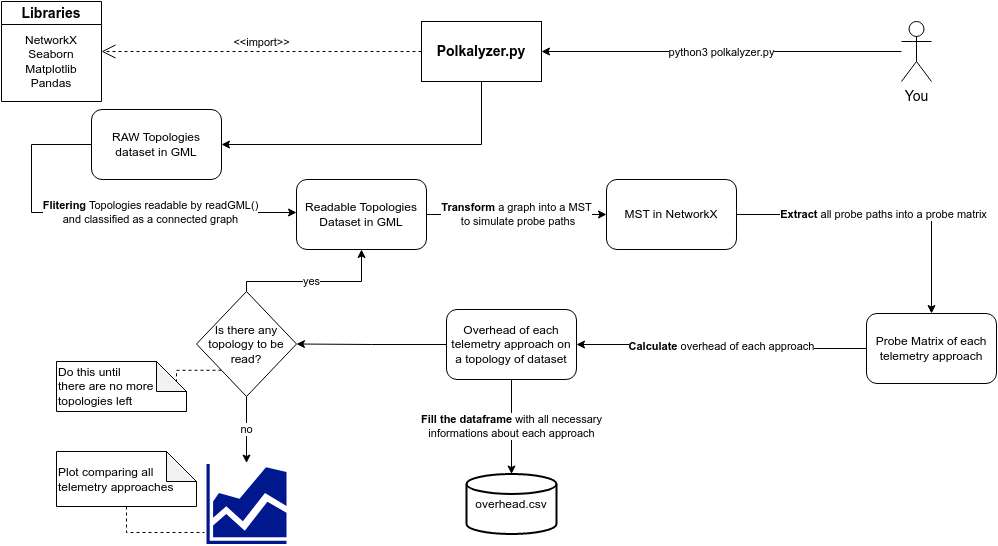
The draw.io diagram scalability/imgs/PolkalyzerBehavior.png in nerds-ufes/Polkalyzer, before a commit. Source tidied: cells renumbered, new cells last; positions are measured from the earlier drawing's top-left corner, leaving out a move shared by most shapes.
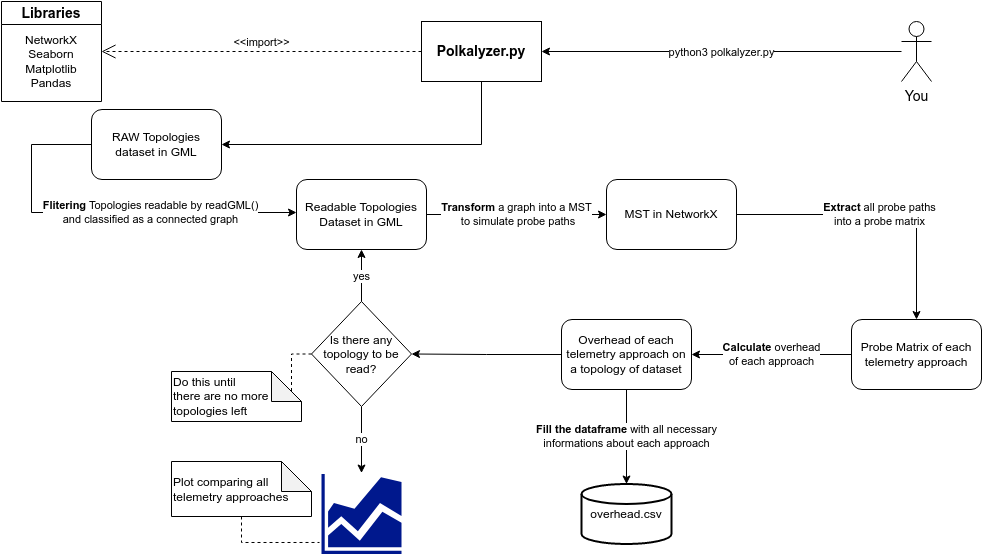
The same file after the commit.

Change to the diagram source:
```diff
@@ -20,17 +20,17 @@
     <mxCell id="5" value="Readable Topologies Dataset in GML" style="rounded=1;whiteSpace=wrap;html=1;" parent="1" vertex="1">
       <mxGeometry x="295" y="178" width="130" height="70" as="geometry" />
     </mxCell>
-    <mxCell id="6" value="&lt;b&gt;Extract&lt;/b&gt; all probe paths into a probe matrix" style="edgeStyle=orthogonalEdgeStyle;rounded=0;jettySize=auto;html=1;exitX=1;exitY=0.5;exitDx=0;exitDy=0;" parent="1" edge="1" source="7" target="9">
+    <mxCell id="6" value="&lt;b&gt;Extract&lt;/b&gt; all probe paths&lt;br&gt;into a probe matrix" style="edgeStyle=orthogonalEdgeStyle;rounded=0;jettySize=auto;html=1;exitX=1;exitY=0.5;exitDx=0;exitDy=0;" parent="1" edge="1" source="7" target="9">
       <mxGeometry relative="1" as="geometry" />
     </mxCell>
     <mxCell id="7" value="MST in NetworkX" style="rounded=1;whiteSpace=wrap;html=1;" parent="1" vertex="1">
       <mxGeometry x="605" y="178" width="130" height="70" as="geometry" />
     </mxCell>
-    <mxCell id="8" value="&lt;b&gt;Calculate&lt;/b&gt; overhead of each approach" style="edgeStyle=orthogonalEdgeStyle;rounded=0;jettySize=auto;html=1;" parent="1" edge="1" source="9" target="12">
+    <mxCell id="8" value="&lt;b&gt;Calculate&lt;/b&gt; overhead&lt;br&gt;of each approach" style="edgeStyle=orthogonalEdgeStyle;rounded=0;jettySize=auto;html=1;" parent="1" edge="1" source="9" target="12">
       <mxGeometry relative="1" as="geometry" />
     </mxCell>
     <mxCell id="9" value="Probe Matrix of each telemetry approach" style="rounded=1;whiteSpace=wrap;html=1;" parent="1" vertex="1">
-      <mxGeometry x="865" y="312" width="130" height="70" as="geometry" />
+      <mxGeometry x="850" y="318" width="130" height="70" as="geometry" />
     </mxCell>
     <mxCell id="10" value="&lt;b&gt;Fill the dataframe&lt;/b&gt; with all necessary&lt;br&gt;informations about each approach" style="edgeStyle=none;rounded=0;jettySize=auto;html=1;exitX=0.5;exitY=1;exitDx=0;exitDy=0;startArrow=none;startFill=0;endArrow=classic;endFill=1;entryX=0.5;entryY=0;entryDx=0;entryDy=0;entryPerimeter=0;" parent="1" edge="1" source="12" target="16">
       <mxGeometry relative="1" as="geometry" />
@@ -39,28 +39,28 @@
       <mxGeometry relative="1" as="geometry" />
     </mxCell>
     <mxCell id="12" value="Overhead of each telemetry approach on a topology of dataset" style="rounded=1;whiteSpace=wrap;html=1;" parent="1" vertex="1">
-      <mxGeometry x="445" y="308" width="130" height="70" as="geometry" />
+      <mxGeometry x="560" y="318" width="130" height="70" as="geometry" />
     </mxCell>
     <mxCell id="13" value="no" style="edgeStyle=orthogonalEdgeStyle;rounded=0;jettySize=auto;html=1;exitX=0.5;exitY=1;exitDx=0;exitDy=0;endArrow=classic;endFill=1;entryX=0.5;entryY=-0.012;entryDx=0;entryDy=0;entryPerimeter=0;" parent="1" edge="1" source="15" target="17">
       <mxGeometry relative="1" as="geometry" />
     </mxCell>
-    <mxCell id="14" style="edgeStyle=orthogonalEdgeStyle;rounded=0;jettySize=auto;html=1;exitX=0;exitY=1;exitDx=0;exitDy=0;dashed=1;endArrow=none;endFill=0;entryX=0;entryY=0;entryDx=130;entryDy=30;entryPerimeter=0;" parent="1" edge="1" source="15" target="19">
+    <mxCell id="14" style="edgeStyle=orthogonalEdgeStyle;rounded=0;jettySize=auto;html=1;exitX=0;exitY=0.5;exitDx=0;exitDy=0;dashed=1;endArrow=none;endFill=0;entryX=0;entryY=0;entryDx=130;entryDy=30;entryPerimeter=0;" parent="1" edge="1" source="15" target="19">
       <mxGeometry relative="1" as="geometry" />
     </mxCell>
     <mxCell id="15" value="Is there any topology to be read?" style="rhombus;whiteSpace=wrap;html=1;" parent="1" vertex="1">
-      <mxGeometry x="195" y="290" width="100" height="105" as="geometry" />
+      <mxGeometry x="310" y="300" width="100" height="105" as="geometry" />
     </mxCell>
     <mxCell id="16" value="overhead.csv" style="strokeWidth=2;html=1;shape=mxgraph.flowchart.database;whiteSpace=wrap;" parent="1" vertex="1">
-      <mxGeometry x="465" y="472.5" width="90" height="60" as="geometry" />
+      <mxGeometry x="580" y="482.5" width="90" height="60" as="geometry" />
     </mxCell>
     <mxCell id="17" style="sketch=0;shadow=0;dashed=0;html=1;strokeColor=none;labelPosition=center;verticalLabelPosition=bottom;verticalAlign=top;align=center;fillColor=#00188D;shape=mxgraph.mscae.general.graph;" parent="1" vertex="1">
-      <mxGeometry x="205" y="462.5" width="80" height="80" as="geometry" />
+      <mxGeometry x="320" y="472.5" width="80" height="80" as="geometry" />
     </mxCell>
     <mxCell id="18" value="Plot comparing all telemetry approaches" style="shape=note;whiteSpace=wrap;html=1;backgroundOutline=1;darkOpacity=0.05;align=left;" parent="1" vertex="1">
-      <mxGeometry x="55" y="450" width="140" height="55" as="geometry" />
+      <mxGeometry x="170" y="460" width="140" height="55" as="geometry" />
     </mxCell>
     <mxCell id="19" value="Do this until&lt;br&gt;there are no more&lt;br&gt;topologies left" style="shape=note;whiteSpace=wrap;html=1;backgroundOutline=1;darkOpacity=0.05;align=left;" parent="1" vertex="1">
-      <mxGeometry x="55" y="360" width="130" height="50" as="geometry" />
+      <mxGeometry x="170" y="370" width="130" height="50" as="geometry" />
     </mxCell>
     <mxCell id="20" value="&amp;lt;&amp;lt;import&amp;gt;&amp;gt;" style="edgeStyle=none;html=1;endArrow=open;endSize=12;dashed=1;verticalAlign=bottom;rounded=0;exitX=0;exitY=0.5;exitDx=0;exitDy=0;entryX=1;entryY=0.5;entryDx=0;entryDy=0;" parent="1" edge="1" source="22" target="25">
       <mxGeometry relative="1" as="geometry" />
@@ -89,7 +89,6 @@
     <mxCell id="28" value="yes" style="endArrow=classic;html=1;rounded=0;exitX=0.5;exitY=0;exitDx=0;exitDy=0;entryX=0.5;entryY=1;entryDx=0;entryDy=0;" parent="1" edge="1" source="15" target="5">
       <mxGeometry x="-0.05" relative="1" as="geometry">
         <Array as="points">
-          <mxPoint x="245" y="280" />
           <mxPoint x="360" y="280" />
         </Array>
       </mxGeometry>
```
